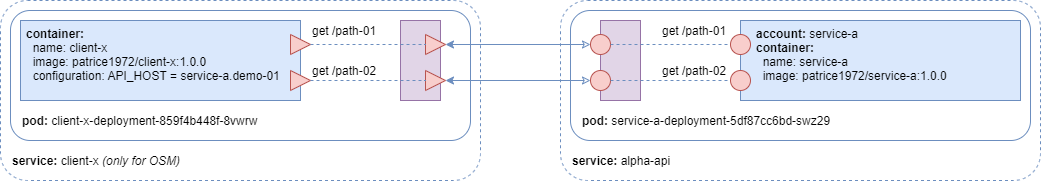
This is uc-01.01.fig-02.png from patricekrakow/service-mesh-use-cases, a draw.io export, as it was before one commit. Source tidied: cells renumbered, new cells last; positions are measured from the earlier drawing's top-left corner, leaving out a move shared by most shapes.
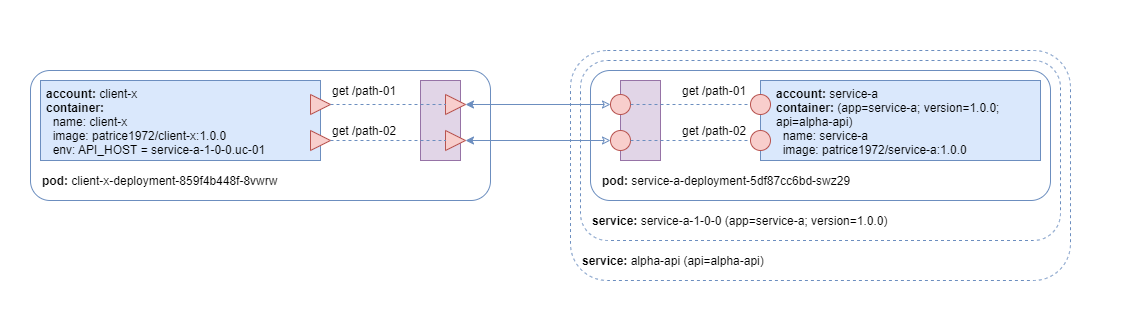
After the change.

The edit, as a diff of the source:
```diff
@@ -2,38 +2,38 @@
   <root>
     <mxCell id="0" />
     <mxCell id="1" parent="0" />
-    <mxCell id="2" style="rounded=0;whiteSpace=wrap;html=1;fillColor=#e1d5e7;strokeColor=#9673a6;" parent="1" vertex="1">
-      <mxGeometry x="400" y="20" width="40" height="80" as="geometry" />
+    <mxCell id="2" style="rounded=0;whiteSpace=wrap;html=1;fillColor=none;strokeColor=none;" parent="1" vertex="1">
+      <mxGeometry x="-20" y="-60" width="1120" height="320" as="geometry" />
     </mxCell>
-    <mxCell id="3" style="rounded=1;whiteSpace=wrap;html=1;strokeColor=#6c8ebf;fillColor=none;dashed=1;" parent="1" vertex="1">
-      <mxGeometry width="480" height="180" as="geometry" />
+    <mxCell id="3" style="rounded=1;whiteSpace=wrap;html=1;strokeColor=#6c8ebf;fillColor=none;dashed=1;arcSize=16;" parent="1" vertex="1">
+      <mxGeometry x="550" y="-10" width="500" height="230" as="geometry" />
     </mxCell>
-    <mxCell id="4" style="rounded=1;whiteSpace=wrap;html=1;strokeColor=#6c8ebf;fillColor=none;" parent="1" vertex="1">
-      <mxGeometry x="10" y="10" width="460" height="130" as="geometry" />
+    <mxCell id="4" style="rounded=0;whiteSpace=wrap;html=1;fillColor=#e1d5e7;strokeColor=#9673a6;" parent="1" vertex="1">
+      <mxGeometry x="400" y="20" width="40" height="80" as="geometry" />
     </mxCell>
-    <mxCell id="5" value="&lt;blockquote style=&quot;margin: 0 0 0 40px ; border: none ; padding: 0px&quot;&gt;&lt;/blockquote&gt;&lt;b&gt;container:&lt;/b&gt;&lt;br&gt;&amp;nbsp; name: client-x&lt;br&gt;&lt;blockquote style=&quot;margin: 0 0 0 40px ; border: none ; padding: 0px&quot;&gt;&lt;/blockquote&gt;&amp;nbsp; image:&amp;nbsp;patrice1972/client-x:1.0.0&lt;br&gt;&amp;nbsp; configuration:&amp;nbsp;API_HOST = service-a.demo-01" style="rounded=0;whiteSpace=wrap;html=1;fillColor=#dae8fc;strokeColor=#6c8ebf;align=left;labelPosition=center;verticalLabelPosition=middle;verticalAlign=top;spacingLeft=4;" parent="1" vertex="1">
-      <mxGeometry x="20" y="20" width="280" height="80" as="geometry" />
+    <mxCell id="5" style="rounded=1;whiteSpace=wrap;html=1;strokeColor=#6c8ebf;fillColor=none;" parent="1" vertex="1">
+      <mxGeometry x="10" y="10" width="460" height="130" as="geometry" />
     </mxCell>
-    <mxCell id="6" style="triangle;whiteSpace=wrap;html=1;fillColor=#f8cecc;strokeColor=#b85450;" parent="1" vertex="1">
-      <mxGeometry x="290" y="34" width="20" height="20" as="geometry" />
+    <mxCell id="6" value="&lt;b&gt;account:&lt;/b&gt;&amp;nbsp;client-x&lt;br&gt;&lt;b&gt;container:&lt;/b&gt;&lt;br&gt;&amp;nbsp; name: client-x&lt;br&gt;&lt;blockquote style=&quot;margin: 0px 0px 0px 40px ; border: none ; padding: 0px&quot;&gt;&lt;/blockquote&gt;&amp;nbsp; image:&amp;nbsp;patrice1972/client-x:1.0.0&lt;br&gt;&amp;nbsp; env:&amp;nbsp;API_HOST = service-a-1-0-0.uc-01&lt;blockquote style=&quot;margin: 0 0 0 40px ; border: none ; padding: 0px&quot;&gt;&lt;/blockquote&gt;" style="rounded=0;whiteSpace=wrap;html=1;fillColor=#dae8fc;strokeColor=#6c8ebf;align=left;labelPosition=center;verticalLabelPosition=middle;verticalAlign=top;spacingLeft=4;" parent="1" vertex="1">
+      <mxGeometry x="20" y="20" width="280" height="80" as="geometry" />
     </mxCell>
     <mxCell id="7" style="triangle;whiteSpace=wrap;html=1;fillColor=#f8cecc;strokeColor=#b85450;" parent="1" vertex="1">
-      <mxGeometry x="290" y="70" width="20" height="20" as="geometry" />
+      <mxGeometry x="290" y="34" width="20" height="20" as="geometry" />
     </mxCell>
-    <mxCell id="8" value="get /path-01" style="text;html=1;strokeColor=none;fillColor=none;align=left;verticalAlign=middle;whiteSpace=wrap;rounded=0;dashed=1;" parent="1" vertex="1">
-      <mxGeometry x="310" y="20" width="80" height="20" as="geometry" />
+    <mxCell id="8" style="triangle;whiteSpace=wrap;html=1;fillColor=#f8cecc;strokeColor=#b85450;" parent="1" vertex="1">
+      <mxGeometry x="290" y="70" width="20" height="20" as="geometry" />
     </mxCell>
-    <mxCell id="9" value="get /path-02" style="text;html=1;strokeColor=none;fillColor=none;align=left;verticalAlign=middle;whiteSpace=wrap;rounded=0;dashed=1;" parent="1" vertex="1">
-      <mxGeometry x="310" y="60" width="80" height="20" as="geometry" />
+    <mxCell id="9" value="get /path-01" style="text;html=1;strokeColor=none;fillColor=none;align=left;verticalAlign=middle;whiteSpace=wrap;rounded=0;dashed=1;" parent="1" vertex="1">
+      <mxGeometry x="310" y="20" width="80" height="20" as="geometry" />
     </mxCell>
-    <mxCell id="10" style="triangle;whiteSpace=wrap;html=1;fillColor=#f8cecc;strokeColor=#b85450;" parent="1" vertex="1">
-      <mxGeometry x="425" y="70" width="20" height="20" as="geometry" />
+    <mxCell id="10" value="get /path-02" style="text;html=1;strokeColor=none;fillColor=none;align=left;verticalAlign=middle;whiteSpace=wrap;rounded=0;dashed=1;" parent="1" vertex="1">
+      <mxGeometry x="310" y="60" width="80" height="20" as="geometry" />
     </mxCell>
-    <mxCell id="11" value="&lt;b&gt;pod:&lt;/b&gt;&amp;nbsp;client-x-deployment-859f4b448f-8vwrw" style="text;html=1;strokeColor=none;fillColor=none;align=left;verticalAlign=middle;whiteSpace=wrap;rounded=0;dashed=1;" parent="1" vertex="1">
-      <mxGeometry x="20" y="110" width="280" height="20" as="geometry" />
+    <mxCell id="11" style="triangle;whiteSpace=wrap;html=1;fillColor=#f8cecc;strokeColor=#b85450;" parent="1" vertex="1">
+      <mxGeometry x="425" y="70" width="20" height="20" as="geometry" />
     </mxCell>
-    <mxCell id="12" value="&lt;b&gt;service:&lt;/b&gt;&amp;nbsp;client-x &lt;i&gt;(only for OSM)&lt;/i&gt;" style="text;html=1;strokeColor=none;fillColor=none;align=left;verticalAlign=middle;whiteSpace=wrap;rounded=0;dashed=1;" parent="1" vertex="1">
-      <mxGeometry x="10" y="150" width="280" height="20" as="geometry" />
+    <mxCell id="12" value="&lt;b&gt;pod:&lt;/b&gt;&amp;nbsp;client-x-deployment-859f4b448f-8vwrw" style="text;html=1;strokeColor=none;fillColor=none;align=left;verticalAlign=middle;whiteSpace=wrap;rounded=0;dashed=1;" parent="1" vertex="1">
+      <mxGeometry x="20" y="110" width="280" height="20" as="geometry" />
     </mxCell>
     <mxCell id="13" style="rounded=1;whiteSpace=wrap;html=1;strokeColor=#6c8ebf;fillColor=none;dashed=1;" parent="1" vertex="1">
       <mxGeometry x="560" width="480" height="180" as="geometry" />
@@ -41,7 +41,7 @@
     <mxCell id="14" style="rounded=1;whiteSpace=wrap;html=1;strokeColor=#6c8ebf;fillColor=none;" parent="1" vertex="1">
       <mxGeometry x="570" y="10" width="460" height="130" as="geometry" />
     </mxCell>
-    <mxCell id="15" value="&lt;blockquote style=&quot;margin: 0 0 0 40px ; border: none ; padding: 0px&quot;&gt;&lt;/blockquote&gt;&lt;b&gt;account:&lt;/b&gt;&amp;nbsp;service-a&lt;br&gt;&lt;b&gt;container:&lt;/b&gt;&lt;br&gt;&amp;nbsp; name: service-a&lt;br&gt;&lt;blockquote style=&quot;margin: 0 0 0 40px ; border: none ; padding: 0px&quot;&gt;&lt;/blockquote&gt;&amp;nbsp; image:&amp;nbsp;patrice1972/service-a:1.0.0" style="rounded=0;whiteSpace=wrap;html=1;fillColor=#dae8fc;strokeColor=#6c8ebf;align=left;labelPosition=center;verticalLabelPosition=middle;verticalAlign=top;spacingLeft=14;" parent="1" vertex="1">
+    <mxCell id="15" value="&lt;b&gt;account:&lt;/b&gt;&amp;nbsp;service-a&lt;br&gt;&lt;b&gt;container:&amp;nbsp;&lt;/b&gt;(app=service-a; version=1.0.0; api=alpha-api)&lt;br&gt;&amp;nbsp; name: service-a&lt;br&gt;&lt;blockquote style=&quot;margin: 0px 0px 0px 40px ; border: none ; padding: 0px&quot;&gt;&lt;/blockquote&gt;&amp;nbsp; image:&amp;nbsp;patrice1972/service-a:1.0.0&lt;br&gt;&lt;blockquote style=&quot;margin: 0 0 0 40px ; border: none ; padding: 0px&quot;&gt;&lt;/blockquote&gt;" style="rounded=0;whiteSpace=wrap;html=1;fillColor=#dae8fc;strokeColor=#6c8ebf;align=left;labelPosition=center;verticalLabelPosition=middle;verticalAlign=top;spacingLeft=14;" parent="1" vertex="1">
       <mxGeometry x="740" y="20" width="280" height="80" as="geometry" />
     </mxCell>
     <mxCell id="16" value="get /path-01" style="text;html=1;strokeColor=none;fillColor=none;align=left;verticalAlign=middle;whiteSpace=wrap;rounded=0;dashed=1;" parent="1" vertex="1">
@@ -53,8 +53,8 @@
     <mxCell id="18" value="&lt;b&gt;pod:&lt;/b&gt;&amp;nbsp;service-a-deployment-5df87cc6bd-swz29" style="text;html=1;strokeColor=none;fillColor=none;align=left;verticalAlign=middle;whiteSpace=wrap;rounded=0;dashed=1;" parent="1" vertex="1">
       <mxGeometry x="580" y="110" width="280" height="20" as="geometry" />
     </mxCell>
-    <mxCell id="19" value="&lt;b&gt;service:&lt;/b&gt;&amp;nbsp;alpha-api" style="text;html=1;strokeColor=none;fillColor=none;align=left;verticalAlign=middle;whiteSpace=wrap;rounded=0;dashed=1;" parent="1" vertex="1">
-      <mxGeometry x="570" y="150" width="280" height="20" as="geometry" />
+    <mxCell id="19" value="&lt;b&gt;service:&lt;/b&gt;&amp;nbsp;service-a-1-0-0 (app=service-a; version=1.0.0)" style="text;html=1;strokeColor=none;fillColor=none;align=left;verticalAlign=middle;whiteSpace=wrap;rounded=0;dashed=1;" parent="1" vertex="1">
+      <mxGeometry x="570" y="150" width="370" height="20" as="geometry" />
     </mxCell>
     <mxCell id="20" style="ellipse;whiteSpace=wrap;html=1;fillColor=#f8cecc;strokeColor=#b85450;" parent="1" vertex="1">
       <mxGeometry x="730" y="34" width="20" height="20" as="geometry" />
@@ -77,13 +77,13 @@
     <mxCell id="26" style="triangle;whiteSpace=wrap;html=1;fillColor=#f8cecc;strokeColor=#b85450;" parent="1" vertex="1">
       <mxGeometry x="425" y="34" width="20" height="20" as="geometry" />
     </mxCell>
-    <mxCell id="27" style="endArrow=classic;startArrow=classic;html=1;fillColor=#dae8fc;strokeColor=#6c8ebf;exitX=1;exitY=0.5;exitDx=0;exitDy=0;entryX=0;entryY=0.5;entryDx=0;entryDy=0;endFill=0;" parent="1" edge="1" source="10" target="24">
+    <mxCell id="27" style="endArrow=classic;startArrow=classic;html=1;fillColor=#dae8fc;strokeColor=#6c8ebf;exitX=1;exitY=0.5;exitDx=0;exitDy=0;entryX=0;entryY=0.5;entryDx=0;entryDy=0;endFill=0;" parent="1" edge="1" source="11" target="24">
       <mxGeometry relative="1" as="geometry" />
     </mxCell>
-    <mxCell id="28" style="endArrow=none;html=1;fillColor=#dae8fc;strokeColor=#6c8ebf;dashed=1;exitX=1;exitY=0.5;exitDx=0;exitDy=0;entryX=0;entryY=0.5;entryDx=0;entryDy=0;" parent="1" edge="1" source="6" target="26">
+    <mxCell id="28" style="endArrow=none;html=1;fillColor=#dae8fc;strokeColor=#6c8ebf;dashed=1;exitX=1;exitY=0.5;exitDx=0;exitDy=0;entryX=0;entryY=0.5;entryDx=0;entryDy=0;" parent="1" edge="1" source="7" target="26">
       <mxGeometry relative="1" as="geometry" />
     </mxCell>
-    <mxCell id="29" style="endArrow=none;html=1;fillColor=#dae8fc;strokeColor=#6c8ebf;dashed=1;exitX=0;exitY=1;exitDx=0;exitDy=0;entryX=0;entryY=0.5;entryDx=0;entryDy=0;" parent="1" edge="1" source="9" target="10">
+    <mxCell id="29" style="endArrow=none;html=1;fillColor=#dae8fc;strokeColor=#6c8ebf;dashed=1;exitX=0;exitY=1;exitDx=0;exitDy=0;entryX=0;entryY=0.5;entryDx=0;entryDy=0;" parent="1" edge="1" source="10" target="11">
       <mxGeometry relative="1" as="geometry" />
     </mxCell>
     <mxCell id="30" style="endArrow=none;html=1;fillColor=#dae8fc;strokeColor=#6c8ebf;dashed=1;exitX=1;exitY=0.5;exitDx=0;exitDy=0;entryX=0;entryY=0.5;entryDx=0;entryDy=0;" parent="1" edge="1" source="23" target="20">
@@ -92,5 +92,8 @@
     <mxCell id="31" style="endArrow=none;html=1;fillColor=#dae8fc;strokeColor=#6c8ebf;dashed=1;exitX=1;exitY=0.5;exitDx=0;exitDy=0;entryX=0;entryY=0.5;entryDx=0;entryDy=0;" parent="1" edge="1" source="24" target="21">
       <mxGeometry relative="1" as="geometry" />
     </mxCell>
+    <mxCell id="32" value="&lt;b&gt;service:&lt;/b&gt;&amp;nbsp;alpha-api (api=alpha-api)" style="text;html=1;strokeColor=none;fillColor=none;align=left;verticalAlign=middle;whiteSpace=wrap;rounded=0;dashed=1;" parent="1" vertex="1">
+      <mxGeometry x="560" y="190" width="370" height="20" as="geometry" />
+    </mxCell>
   </root>
 </mxGraphModel>
```
